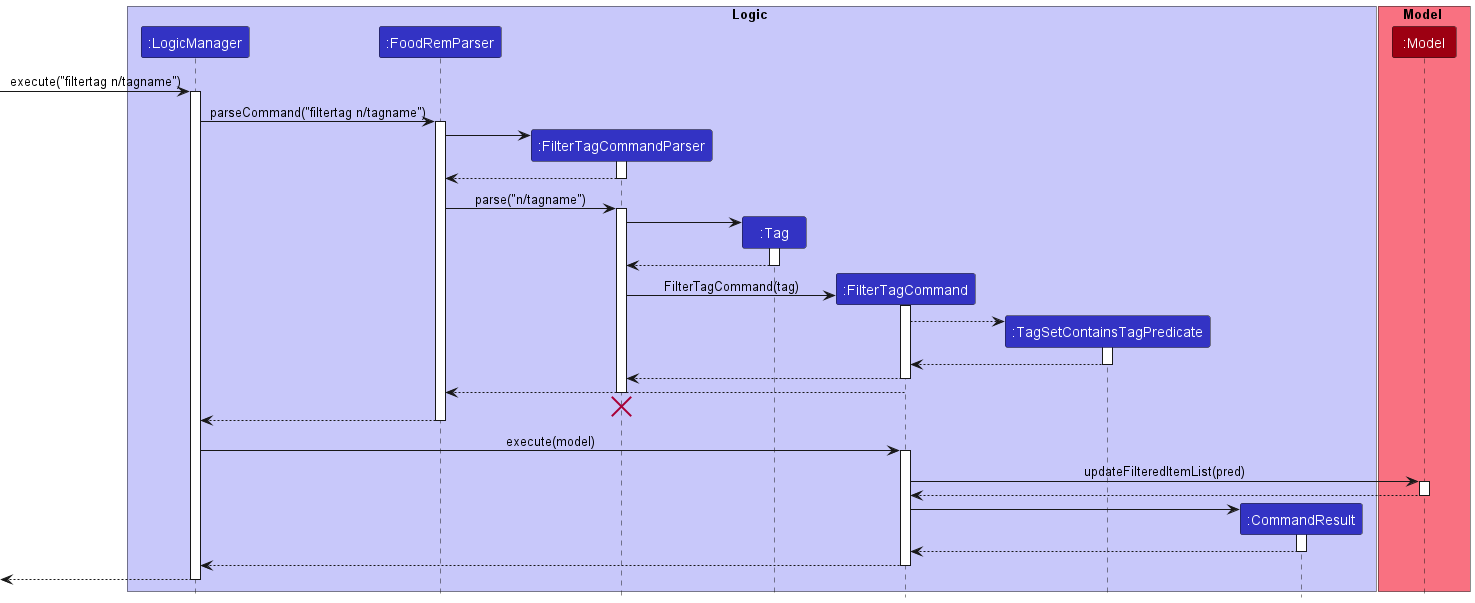
The PlantUML diagram docs/images/FilterTagSequenceDiagram.png in nus-cs2103-AY2223S1/tp, before a commit. Source of this version:
```plantuml
@startuml
!include style.puml

box Logic LOGIC_COLOR_T1
participant ":LogicManager" as LogicManager LOGIC_COLOR
participant ":FoodRemParser" as FoodRemParser LOGIC_COLOR
participant ":FilterTagCommandParser" as FilterTagCommandParser LOGIC_COLOR
participant ":Tag" as Tag LOGIC_COLOR
participant ":FilterTagCommand" as FilterTagCommand LOGIC_COLOR
participant ":TagSetContainsTagPredicate" as TagSetContainsTagPredicate LOGIC_COLOR
participant ":CommandResult" as CommandResult LOGIC_COLOR


end box

box Model MODEL_COLOR_T1
participant ":Model" as Model MODEL_COLOR
end box

[-> LogicManager : execute("filtertag n/tagname")
activate LogicManager

LogicManager -> FoodRemParser : parseCommand("filtertag n/tagname")
activate FoodRemParser

create FilterTagCommandParser
FoodRemParser -> FilterTagCommandParser
activate FilterTagCommandParser


FilterTagCommandParser --> FoodRemParser
deactivate FilterTagCommandParser


FoodRemParser -> FilterTagCommandParser : parse("n/tagname")
activate FilterTagCommandParser

create Tag
FilterTagCommandParser -> Tag
activate Tag
Tag --> FilterTagCommandParser
deactivate Tag

create FilterTagCommand
FilterTagCommandParser -> FilterTagCommand : FilterTagCommand(tag)
activate FilterTagCommand

create TagSetContainsTagPredicate
FilterTagCommand --> TagSetContainsTagPredicate
activate TagSetContainsTagPredicate

TagSetContainsTagPredicate --> FilterTagCommand
deactivate TagSetContainsTagPredicate

FilterTagCommand --> FilterTagCommandParser :
deactivate FilterTagCommand

FilterTagCommand --> FoodRemParser :
deactivate FilterTagCommandParser
FilterTagCommandParser -[hidden]-> FoodRemParser
destroy FilterTagCommandParser

FoodRemParser --> LogicManager :
deactivate FoodRemParser

LogicManager -> FilterTagCommand : execute(model)
activate FilterTagCommand


FilterTagCommand -> Model : updateFilteredItemList(pred)
activate Model

Model --> FilterTagCommand
deactivate Model

create CommandResult
FilterTagCommand -> CommandResult
activate CommandResult

CommandResult --> FilterTagCommand
deactivate CommandResult

FilterTagCommand --> LogicManager
deactivate FilterTagCommand

[<--LogicManager
deactivate LogicManager
@enduml
```
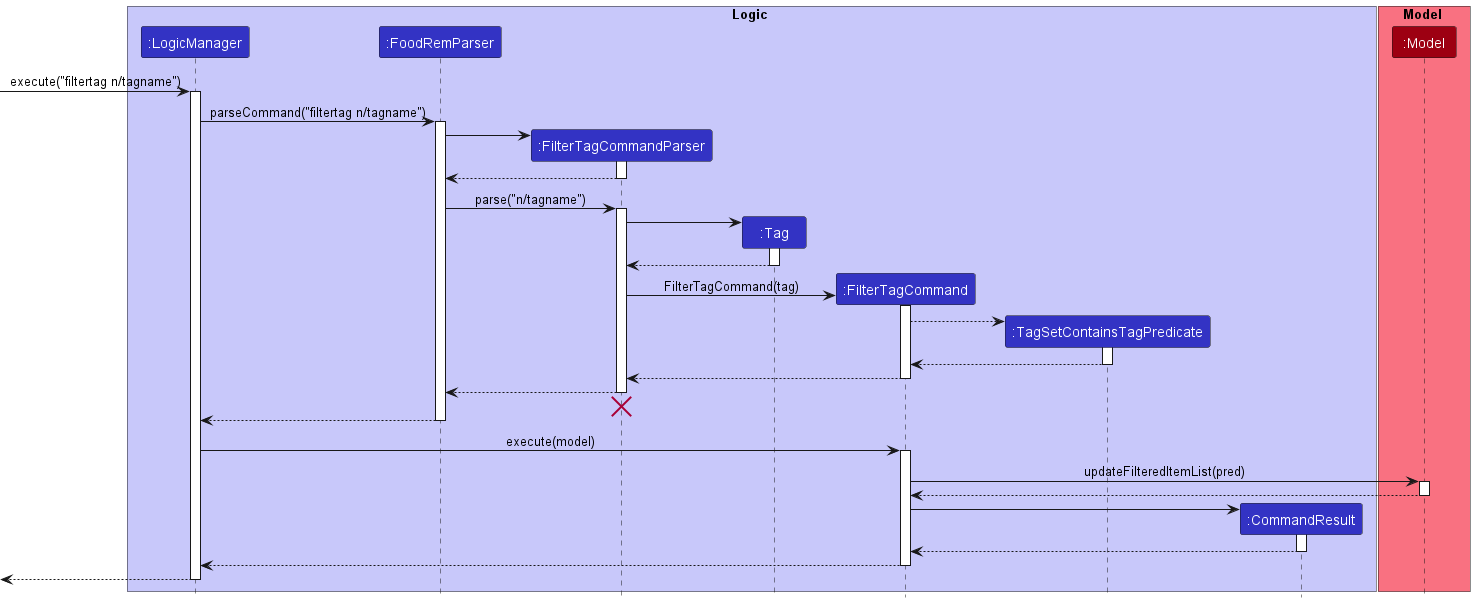
After the change.

Commit message:
Fix filtertag sequence diagram

Diff of the diagram source:
```diff
@@ -55,8 +55,9 @@
 FilterTagCommand --> FilterTagCommandParser :
 deactivate FilterTagCommand
 
-FilterTagCommand --> FoodRemParser :
+FilterTagCommandParser --> FoodRemParser :
 deactivate FilterTagCommandParser
+
 FilterTagCommandParser -[hidden]-> FoodRemParser
 destroy FilterTagCommandParser
 
```
